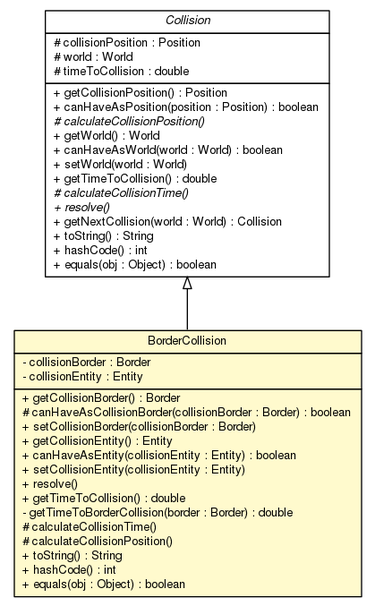
Before: doc/world/physics/collision/BorderCollision.png, a diagram exported from Graphviz (sinopeus/asteroids). Its source is kept beside it as doc/world/physics/collision/BorderCollision.dot. Its diagram source:
```dot

digraph G {
	edge [fontname="Helvetica",fontsize=10,labelfontname="Helvetica",labelfontsize=10];
	node [fontname="Helvetica",fontsize=10,shape=plaintext];
	nodesep=0.25;
	ranksep=0.5;
	c6524 [label=<<table title="world.physics.collision.Collision" border="0" cellborder="1" cellspacing="0" cellpadding="2" port="p" href="./Collision.html">
		<tr><td><table border="0" cellspacing="0" cellpadding="1">
<tr><td align="center" balign="center"><font face="Helvetica-Oblique"> Collision </font></td></tr>
		</table></td></tr>
		<tr><td><table border="0" cellspacing="0" cellpadding="1">
<tr><td align="left" balign="left"> # collisionPosition : Position </td></tr>
<tr><td align="left" balign="left"> # world : World </td></tr>
<tr><td align="left" balign="left"> # timeToCollision : double </td></tr>
		</table></td></tr>
		<tr><td><table border="0" cellspacing="0" cellpadding="1">
<tr><td align="left" balign="left"> + getCollisionPosition() : Position </td></tr>
<tr><td align="left" balign="left"> + canHaveAsPosition(position : Position) : boolean </td></tr>
<tr><td align="left" balign="left"><font face="Helvetica-Oblique" point-size="10.0"> # calculateCollisionPosition() </font></td></tr>
<tr><td align="left" balign="left"> + getWorld() : World </td></tr>
<tr><td align="left" balign="left"> + canHaveAsWorld(world : World) : boolean </td></tr>
<tr><td align="left" balign="left"> + setWorld(world : World) </td></tr>
<tr><td align="left" balign="left"> + getTimeToCollision() : double </td></tr>
<tr><td align="left" balign="left"><font face="Helvetica-Oblique" point-size="10.0"> # calculateCollisionTime() </font></td></tr>
<tr><td align="left" balign="left"><font face="Helvetica-Oblique" point-size="10.0"> + resolve() </font></td></tr>
<tr><td align="left" balign="left"> + getNextCollision(world : World) : Collision </td></tr>
<tr><td align="left" balign="left"> + toString() : String </td></tr>
<tr><td align="left" balign="left"> + hashCode() : int </td></tr>
<tr><td align="left" balign="left"> + equals(obj : Object) : boolean </td></tr>
		</table></td></tr>
		</table>>, URL="./Collision.html", fontname="Helvetica", fontcolor="black", fontsize=10.0];
	c6526 [label=<<table title="world.physics.collision.BorderCollision" border="0" cellborder="1" cellspacing="0" cellpadding="2" port="p" bgcolor="lemonChiffon" href="./BorderCollision.html">
		<tr><td><table border="0" cellspacing="0" cellpadding="1">
<tr><td align="center" balign="center"> BorderCollision </td></tr>
		</table></td></tr>
		<tr><td><table border="0" cellspacing="0" cellpadding="1">
<tr><td align="left" balign="left"> - collisionBorder : Border </td></tr>
<tr><td align="left" balign="left"> - collisionEntity : Entity </td></tr>
		</table></td></tr>
		<tr><td><table border="0" cellspacing="0" cellpadding="1">
<tr><td align="left" balign="left"> + getCollisionBorder() : Border </td></tr>
<tr><td align="left" balign="left"> # canHaveAsCollisionBorder(collisionBorder : Border) : boolean </td></tr>
<tr><td align="left" balign="left"> + setCollisionBorder(collisionBorder : Border) </td></tr>
<tr><td align="left" balign="left"> + getCollisionEntity() : Entity </td></tr>
<tr><td align="left" balign="left"> + canHaveAsEntity(collisionEntity : Entity) : boolean </td></tr>
<tr><td align="left" balign="left"> + setCollisionEntity(collisionEntity : Entity) </td></tr>
<tr><td align="left" balign="left"> + resolve() </td></tr>
<tr><td align="left" balign="left"> + getTimeToCollision() : double </td></tr>
<tr><td align="left" balign="left"> - getTimeToBorderCollision(border : Border) : double </td></tr>
<tr><td align="left" balign="left"> # calculateCollisionTime() </td></tr>
<tr><td align="left" balign="left"> # calculateCollisionPosition() </td></tr>
<tr><td align="left" balign="left"> + toString() : String </td></tr>
<tr><td align="left" balign="left"> + hashCode() : int </td></tr>
<tr><td align="left" balign="left"> + equals(obj : Object) : boolean </td></tr>
		</table></td></tr>
		</table>>, URL="./BorderCollision.html", fontname="Helvetica", fontcolor="black", fontsize=10.0];
	c6524:p -> c6526:p [dir=back,arrowtail=empty];
}
```
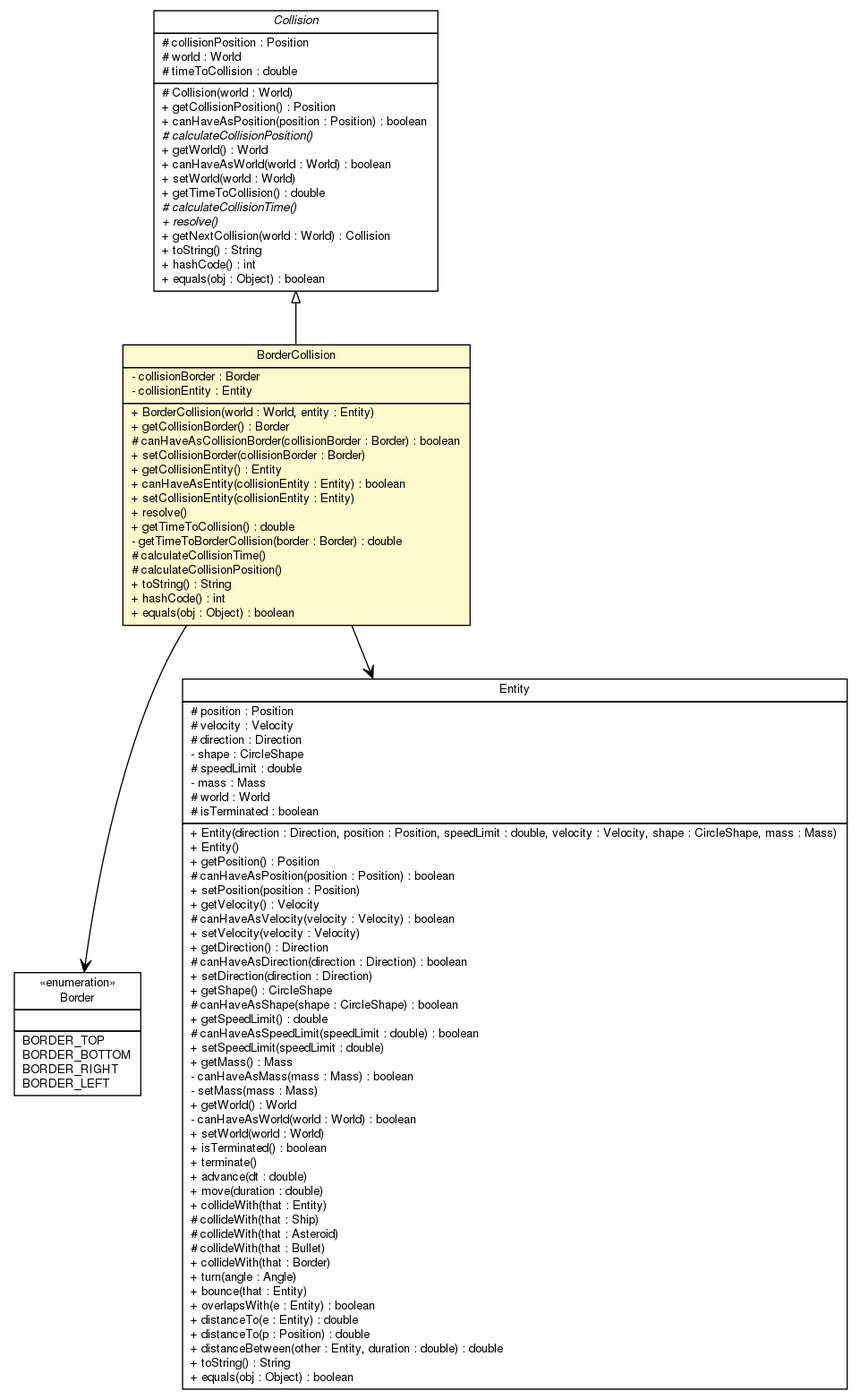
The same file after the commit.

What changed in the source:
```diff
@@ -4,7 +4,63 @@
 	node [fontname="Helvetica",fontsize=10,shape=plaintext];
 	nodesep=0.25;
 	ranksep=0.5;
-	c6524 [label=<<table title="world.physics.collision.Collision" border="0" cellborder="1" cellspacing="0" cellpadding="2" port="p" href="./Collision.html">
+	c6550 [label=<<table title="world.entity.Entity" border="0" cellborder="1" cellspacing="0" cellpadding="2" port="p" href="../../entity/Entity.html">
+		<tr><td><table border="0" cellspacing="0" cellpadding="1">
+<tr><td align="center" balign="center"> Entity </td></tr>
+		</table></td></tr>
+		<tr><td><table border="0" cellspacing="0" cellpadding="1">
+<tr><td align="left" balign="left"> # position : Position </td></tr>
+<tr><td align="left" balign="left"> # velocity : Velocity </td></tr>
+<tr><td align="left" balign="left"> # direction : Direction </td></tr>
+<tr><td align="left" balign="left"> - shape : CircleShape </td></tr>
+<tr><td align="left" balign="left"> # speedLimit : double </td></tr>
+<tr><td align="left" balign="left"> - mass : Mass </td></tr>
+<tr><td align="left" balign="left"> # world : World </td></tr>
+<tr><td align="left" balign="left"> # isTerminated : boolean </td></tr>
+		</table></td></tr>
+		<tr><td><table border="0" cellspacing="0" cellpadding="1">
+<tr><td align="left" balign="left"> + Entity(direction : Direction, position : Position, speedLimit : double, velocity : Velocity, shape : CircleShape, mass : Mass) </td></tr>
+<tr><td align="left" balign="left"> + Entity() </td></tr>
+<tr><td align="left" balign="left"> + getPosition() : Position </td></tr>
+<tr><td align="left" balign="left"> # canHaveAsPosition(position : Position) : boolean </td></tr>
+<tr><td align="left" balign="left"> + setPosition(position : Position) </td></tr>
+<tr><td align="left" balign="left"> + getVelocity() : Velocity </td></tr>
+<tr><td align="left" balign="left"> # canHaveAsVelocity(velocity : Velocity) : boolean </td></tr>
+<tr><td align="left" balign="left"> + setVelocity(velocity : Velocity) </td></tr>
+<tr><td align="left" balign="left"> + getDirection() : Direction </td></tr>
+<tr><td align="left" balign="left"> # canHaveAsDirection(direction : Direction) : boolean </td></tr>
+<tr><td align="left" balign="left"> + setDirection(direction : Direction) </td></tr>
+<tr><td align="left" balign="left"> + getShape() : CircleShape </td></tr>
+<tr><td align="left" balign="left"> # canHaveAsShape(shape : CircleShape) : boolean </td></tr>
+<tr><td align="left" balign="left"> + getSpeedLimit() : double </td></tr>
+<tr><td align="left" balign="left"> # canHaveAsSpeedLimit(speedLimit : double) : boolean </td></tr>
+<tr><td align="left" balign="left"> + setSpeedLimit(speedLimit : double) </td></tr>
+<tr><td align="left" balign="left"> + getMass() : Mass </td></tr>
+<tr><td align="left" balign="left"> - canHaveAsMass(mass : Mass) : boolean </td></tr>
+<tr><td align="left" balign="left"> - setMass(mass : Mass) </td></tr>
+<tr><td align="left" balign="left"> + getWorld() : World </td></tr>
+<tr><td align="left" balign="left"> - canHaveAsWorld(world : World) : boolean </td></tr>
+<tr><td align="left" balign="left"> + setWorld(world : World) </td></tr>
+<tr><td align="left" balign="left"> + isTerminated() : boolean </td></tr>
+<tr><td align="left" balign="left"> + terminate() </td></tr>
+<tr><td align="left" balign="left"> + advance(dt : double) </td></tr>
+<tr><td align="left" balign="left"> + move(duration : double) </td></tr>
+<tr><td align="left" balign="left"> + collideWith(that : Entity) </td></tr>
+<tr><td align="left" balign="left"> # collideWith(that : Ship) </td></tr>
+<tr><td align="left" balign="left"> # collideWith(that : Asteroid) </td></tr>
+<tr><td align="left" balign="left"> # collideWith(that : Bullet) </td></tr>
+<tr><td align="left" balign="left"> + collideWith(that : Border) </td></tr>
+<tr><td align="left" balign="left"> + turn(angle : Angle) </td></tr>
+<tr><td align="left" balign="left"> + bounce(that : Entity) </td></tr>
+<tr><td align="left" balign="left"> + overlapsWith(e : Entity) : boolean </td></tr>
+<tr><td align="left" balign="left"> + distanceTo(e : Entity) : double </td></tr>
+<tr><td align="left" balign="left"> + distanceTo(p : Position) : double </td></tr>
+<tr><td align="left" balign="left"> + distanceBetween(other : Entity, duration : double) : double </td></tr>
+<tr><td align="left" balign="left"> + toString() : String </td></tr>
+<tr><td align="left" balign="left"> + equals(obj : Object) : boolean </td></tr>
+		</table></td></tr>
+		</table>>, URL="../../entity/Entity.html", fontname="Helvetica", fontcolor="black", fontsize=10.0];
+	c6556 [label=<<table title="world.physics.collision.Collision" border="0" cellborder="1" cellspacing="0" cellpadding="2" port="p" href="./Collision.html">
 		<tr><td><table border="0" cellspacing="0" cellpadding="1">
 <tr><td align="center" balign="center"><font face="Helvetica-Oblique"> Collision </font></td></tr>
 		</table></td></tr>
@@ -14,6 +70,7 @@
 <tr><td align="left" balign="left"> # timeToCollision : double </td></tr>
 		</table></td></tr>
 		<tr><td><table border="0" cellspacing="0" cellpadding="1">
+<tr><td align="left" balign="left"> # Collision(world : World) </td></tr>
 <tr><td align="left" balign="left"> + getCollisionPosition() : Position </td></tr>
 <tr><td align="left" balign="left"> + canHaveAsPosition(position : Position) : boolean </td></tr>
 <tr><td align="left" balign="left"><font face="Helvetica-Oblique" point-size="10.0"> # calculateCollisionPosition() </font></td></tr>
@@ -29,7 +86,22 @@
 <tr><td align="left" balign="left"> + equals(obj : Object) : boolean </td></tr>
 		</table></td></tr>
 		</table>>, URL="./Collision.html", fontname="Helvetica", fontcolor="black", fontsize=10.0];
-	c6526 [label=<<table title="world.physics.collision.BorderCollision" border="0" cellborder="1" cellspacing="0" cellpadding="2" port="p" bgcolor="lemonChiffon" href="./BorderCollision.html">
+	c6557 [label=<<table title="world.physics.collision.Border" border="0" cellborder="1" cellspacing="0" cellpadding="2" port="p" href="./Border.html">
+		<tr><td><table border="0" cellspacing="0" cellpadding="1">
+<tr><td align="center" balign="center"> &#171;enumeration&#187; </td></tr>
+<tr><td align="center" balign="center"> Border </td></tr>
+		</table></td></tr>
+		<tr><td><table border="0" cellspacing="0" cellpadding="1">
+<tr><td align="left" balign="left">  </td></tr>
+		</table></td></tr>
+		<tr><td><table border="0" cellspacing="0" cellpadding="1">
+<tr><td align="left" balign="left"> BORDER_TOP </td></tr>
+<tr><td align="left" balign="left"> BORDER_BOTTOM </td></tr>
+<tr><td align="left" balign="left"> BORDER_RIGHT </td></tr>
+<tr><td align="left" balign="left"> BORDER_LEFT </td></tr>
+		</table></td></tr>
+		</table>>, URL="./Border.html", fontname="Helvetica", fontcolor="black", fontsize=10.0];
+	c6558 [label=<<table title="world.physics.collision.BorderCollision" border="0" cellborder="1" cellspacing="0" cellpadding="2" port="p" bgcolor="lemonChiffon" href="./BorderCollision.html">
 		<tr><td><table border="0" cellspacing="0" cellpadding="1">
 <tr><td align="center" balign="center"> BorderCollision </td></tr>
 		</table></td></tr>
@@ -38,6 +110,7 @@
 <tr><td align="left" balign="left"> - collisionEntity : Entity </td></tr>
 		</table></td></tr>
 		<tr><td><table border="0" cellspacing="0" cellpadding="1">
+<tr><td align="left" balign="left"> + BorderCollision(world : World, entity : Entity) </td></tr>
 <tr><td align="left" balign="left"> + getCollisionBorder() : Border </td></tr>
 <tr><td align="left" balign="left"> # canHaveAsCollisionBorder(collisionBorder : Border) : boolean </td></tr>
 <tr><td align="left" balign="left"> + setCollisionBorder(collisionBorder : Border) </td></tr>
@@ -54,5 +127,7 @@
 <tr><td align="left" balign="left"> + equals(obj : Object) : boolean </td></tr>
 		</table></td></tr>
 		</table>>, URL="./BorderCollision.html", fontname="Helvetica", fontcolor="black", fontsize=10.0];
-	c6524:p -> c6526:p [dir=back,arrowtail=empty];
+	c6556:p -> c6558:p [dir=back,arrowtail=empty];
+	c6558:p -> c6557:p [taillabel="", label="", headlabel="", fontname="Helvetica", fontcolor="black", fontsize=10.0, color="black", arrowhead=open];
+	c6558:p -> c6550:p [taillabel="", label="", headlabel="", fontname="Helvetica", fontcolor="black", fontsize=10.0, color="black", arrowhead=open];
 }
```
